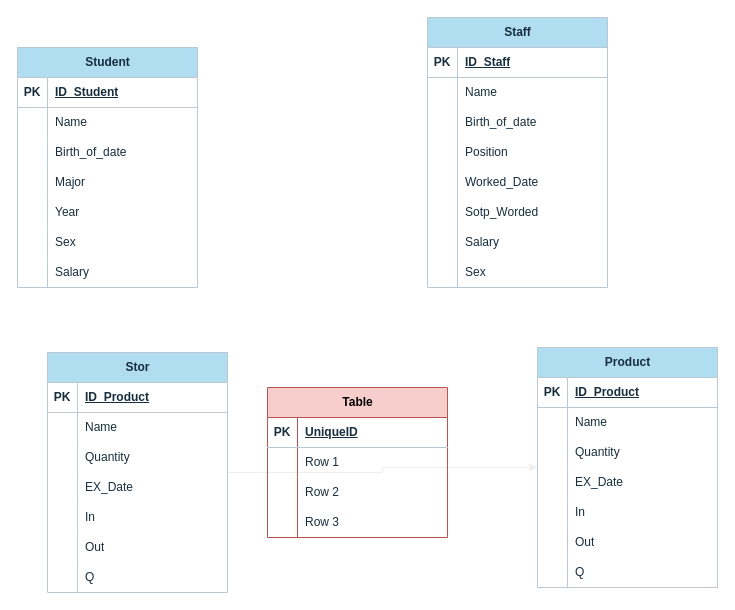
Earlier version of the draw.io diagram Untitled Diagram.drawio (kearakvak/C_OOAD_Projob_Semester1). Source tidied: cells renumbered, new cells numbered last; positions are measured from the earlier drawing's top-left corner, leaving out a move shared by most shapes. Both pictures are drawn from the tidied source at 100%, with x=0, y=0 at pixel (17, 17).
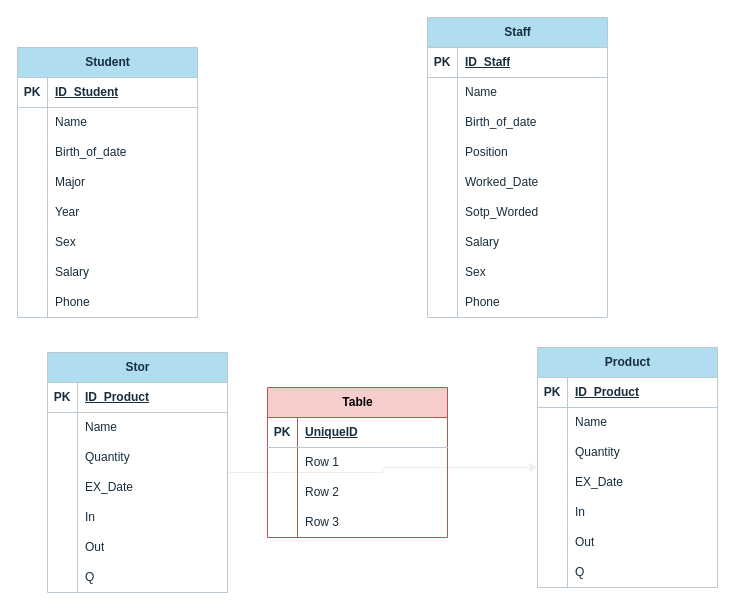
Above is the later version.

What changed in the source:
```diff
@@
     <mxCell id="2" value="Student" style="shape=table;startSize=30;childLayout=tableLayout;rowLines=0;fontStyle=1;align=center;html=1;labelBackgroundColor=none;fillColor=#B1DDF0;strokeColor=#BAC8D3;fontColor=#182E3E;" parent="1" vertex="1">
-      <mxGeometry y="30" width="180" height="240" as="geometry" />
+      <mxGeometry y="30" width="180" height="270" as="geometry" />
     </mxCell>
@@
+    <mxCell id="107" style="shape=tableRow;horizontal=0;startSize=0;swimlaneHead=0;swimlaneBody=0;fillColor=none;top=0;left=0;right=0;bottom=0;labelBackgroundColor=none;strokeColor=#BAC8D3;fontColor=#182E3E;" parent="2" vertex="1">
+      <mxGeometry y="240" width="180" height="30" as="geometry" />
+    </mxCell>
+    <mxCell id="108" style="shape=partialRectangle;fillColor=none;top=0;left=0;bottom=0;right=0;overflow=hidden;whiteSpace=wrap;html=1;labelBackgroundColor=none;strokeColor=#BAC8D3;fontColor=#182E3E;" parent="107" vertex="1">
+      <mxGeometry width="30" height="30" as="geometry" />
+    </mxCell>
+    <mxCell id="109" value="Phone" style="shape=partialRectangle;fillColor=none;top=0;left=0;bottom=0;right=0;align=left;spacingLeft=6;overflow=hidden;whiteSpace=wrap;html=1;labelBackgroundColor=none;strokeColor=#BAC8D3;fontColor=#182E3E;" parent="107" vertex="1">
+      <mxGeometry x="30" width="150" height="30" as="geometry" />
+    </mxCell>
     <mxCell id="24" value="Staff" style="shape=table;startSize=30;childLayout=tableLayout;rowLines=0;fontStyle=1;align=center;html=1;labelBackgroundColor=none;fillColor=#B1DDF0;strokeColor=#BAC8D3;fontColor=#182E3E;" parent="1" vertex="1">
-      <mxGeometry x="410" width="180" height="270" as="geometry" />
+      <mxGeometry x="410" width="180" height="300" as="geometry" />
     </mxCell>
@@
+    <mxCell id="110" style="shape=tableRow;horizontal=0;startSize=0;swimlaneHead=0;swimlaneBody=0;fillColor=none;top=0;left=0;right=0;bottom=0;labelBackgroundColor=none;strokeColor=#BAC8D3;fontColor=#182E3E;" parent="24" vertex="1">
+      <mxGeometry y="270" width="180" height="30" as="geometry" />
+    </mxCell>
+    <mxCell id="111" style="shape=partialRectangle;fillColor=none;top=0;left=0;bottom=0;right=0;overflow=hidden;whiteSpace=wrap;html=1;labelBackgroundColor=none;strokeColor=#BAC8D3;fontColor=#182E3E;" parent="110" vertex="1">
+      <mxGeometry width="30" height="30" as="geometry" />
+    </mxCell>
+    <mxCell id="112" value="Phone" style="shape=partialRectangle;fillColor=none;top=0;left=0;bottom=0;right=0;align=left;spacingLeft=6;overflow=hidden;whiteSpace=wrap;html=1;labelBackgroundColor=none;strokeColor=#BAC8D3;fontColor=#182E3E;" parent="110" vertex="1">
+      <mxGeometry x="30" width="150" height="30" as="geometry" />
+    </mxCell>
```
